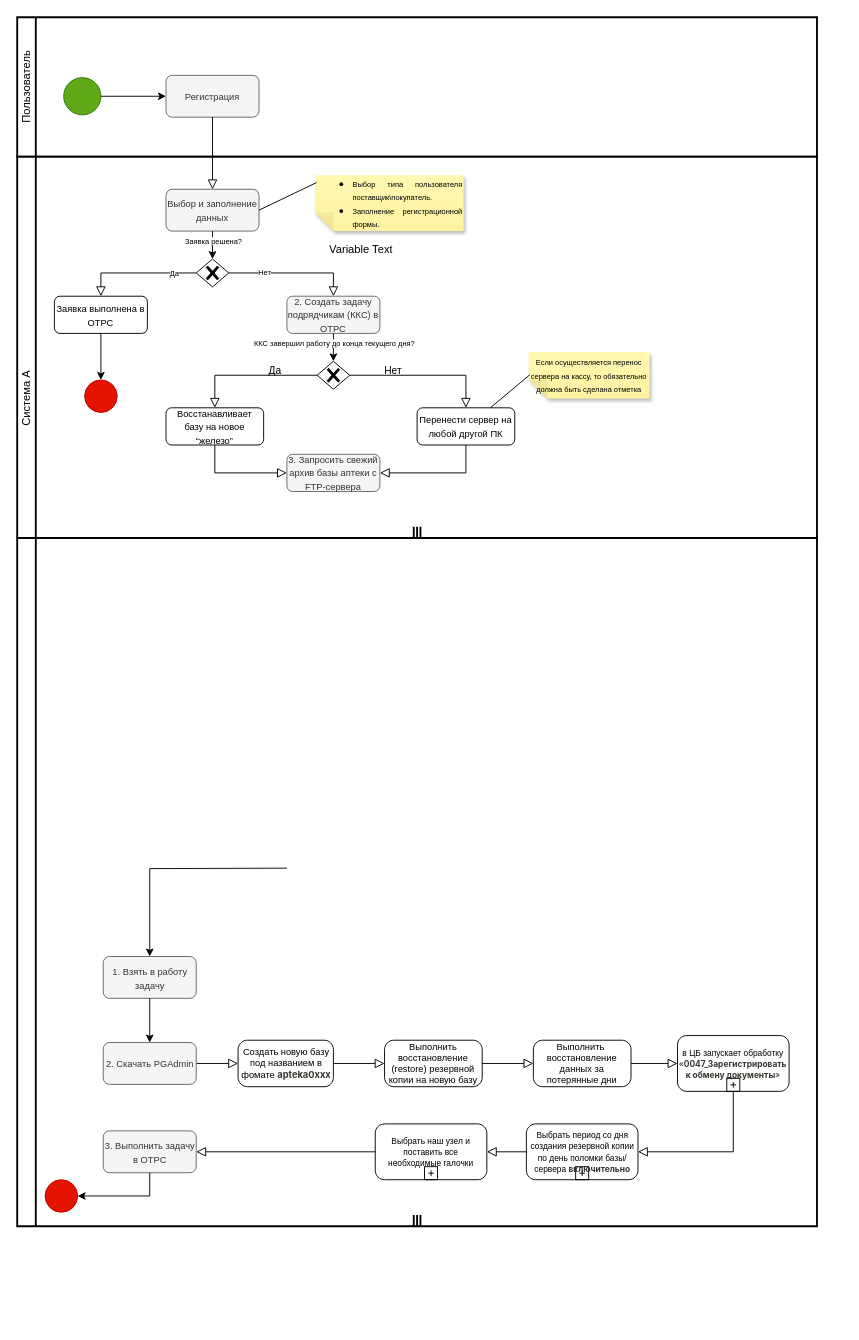
Above: Sign Up.drawio in MissAzhara/hello-world (draw.io), before the change. Source tidied: cells renumbered, new cells numbered last; positions are measured from the earlier drawing's top-left corner, leaving out a move shared by most shapes. Both pictures are drawn from the tidied source at 93%, with x=0, y=0 at pixel (-11, 17).
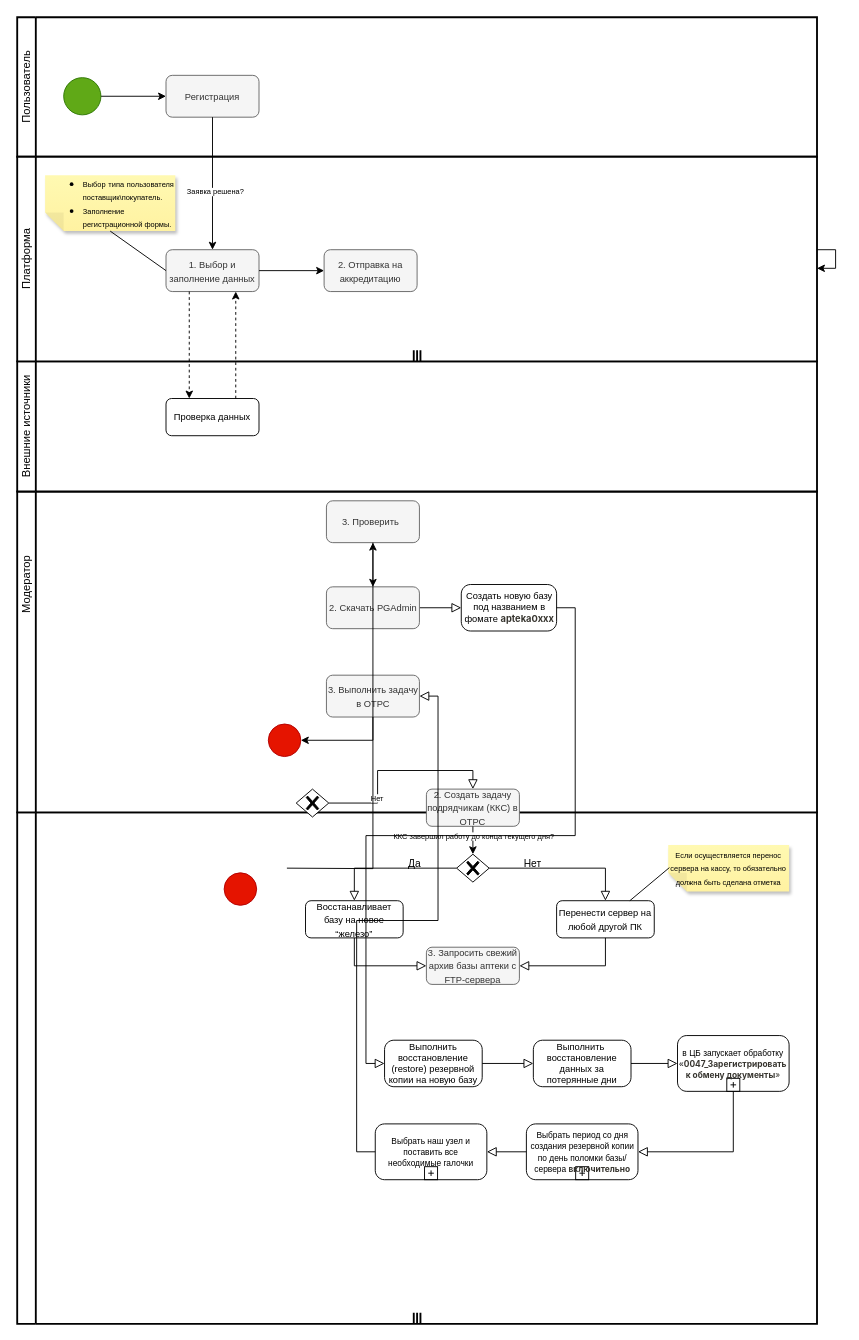
After the change.

The change refers to these unchanged cells:
```xml
<mxCell id="5" value="&lt;font style=&quot;font-size: 10px;&quot;&gt;Регистрация&lt;/font&gt;" style="rounded=1;whiteSpace=wrap;html=1;fontSize=12;glass=0;strokeWidth=1;shadow=0;fillColor=#f5f5f5;fontColor=#333333;strokeColor=#666666;" parent="2" vertex="1">
  <mxGeometry x="160" y="62.5" width="100" height="45" as="geometry" />
</mxCell>
```

What changed in the source:
```diff
@@
+    <mxCell id="8" style="shape=mxgraph.bpmn.swimlane;html=1;startSize=20;horizontal=0;swimlaneLine=1;fontStyle=0;swimlaneFillColor=#ffffff;strokeWidth=2;isCollection=1;whiteSpace=wrap;" parent="1" vertex="1">
+      <mxGeometry x="30" y="855" width="860" height="550" as="geometry" />
+    </mxCell>
+    <mxCell id="58" style="swimlane;html=1;startSize=20;fontStyle=0;horizontal=0;swimlaneLine=1;swimlaneFillColor=#ffffff;strokeWidth=2;whiteSpace=wrap;" parent="1" vertex="1">
+      <mxGeometry x="30" y="510" width="860" height="345" as="geometry" />
+    </mxCell>
+    <mxCell id="59" value="Модератор" style="text;html=1;strokeColor=none;fillColor=none;align=center;verticalAlign=middle;whiteSpace=wrap;overflow=hidden;rotation=-90;" parent="58" vertex="1">
+      <mxGeometry x="-30" y="90" width="80" height="20" as="geometry" />
+    </mxCell>
+    <mxCell id="37" value="&lt;span style=&quot;font-size: 10px;&quot;&gt;3. Проверить&amp;nbsp;&amp;nbsp;&lt;/span&gt;" style="rounded=1;whiteSpace=wrap;html=1;fontSize=12;glass=0;strokeWidth=1;shadow=0;fillColor=#f5f5f5;fontColor=#333333;strokeColor=#666666;" parent="58" vertex="1">
+      <mxGeometry x="332.5" y="10" width="100" height="45" as="geometry" />
+    </mxCell>
+    <mxCell id="38" value="&lt;font style=&quot;font-size: 10px;&quot;&gt;Создать новую базу под названием в фомате &lt;strong style=&quot;box-sizing: border-box; -webkit-print-color-adjust: exact; color: rgb(55, 53, 47); font-family: ui-sans-serif, -apple-system, BlinkMacSystemFont, &amp;quot;Segoe UI&amp;quot;, Helvetica, &amp;quot;Apple Color Emoji&amp;quot;, Arial, sans-serif, &amp;quot;Segoe UI Emoji&amp;quot;, &amp;quot;Segoe UI Symbol&amp;quot;; text-align: left;&quot;&gt;apteka0xxx&lt;/strong&gt;&lt;/font&gt;" style="points=[[0.25,0,0],[0.5,0,0],[0.75,0,0],[1,0.25,0],[1,0.5,0],[1,0.75,0],[0.75,1,0],[0.5,1,0],[0.25,1,0],[0,0.75,0],[0,0.5,0],[0,0.25,0]];shape=mxgraph.bpmn.task;whiteSpace=wrap;rectStyle=rounded;size=10;html=1;taskMarker=abstract;fontSize=10;" parent="58" vertex="1">
+      <mxGeometry x="477.5" y="100" width="102.5" height="50" as="geometry" />
+    </mxCell>
+    <mxCell id="39" style="edgeStyle=orthogonalEdgeStyle;rounded=0;jettySize=auto;html=1;fontSize=10;entryX=0.5;entryY=0;entryDx=0;entryDy=0;exitX=0.5;exitY=1;exitDx=0;exitDy=0;" parent="58" edge="1" source="37" target="53">
+      <mxGeometry relative="1" as="geometry" />
+    </mxCell>
+    <mxCell id="40" style="edgeStyle=orthogonalEdgeStyle;rounded=0;html=1;jettySize=auto;fontSize=11;endArrow=block;endFill=0;endSize=8;strokeWidth=1;shadow=0;labelBackgroundColor=none;entryX=0;entryY=0.5;entryDx=0;entryDy=0;exitX=1;exitY=0.5;exitDx=0;exitDy=0;entryPerimeter=0;" parent="58" edge="1" source="53" target="38">
+      <mxGeometry x="-0.3" y="-10" relative="1" as="geometry" />
+    </mxCell>
+    <mxCell id="51" value="&lt;font style=&quot;font-size: 10px;&quot;&gt;3. Выполнить&amp;nbsp;задачу в ОТРС&lt;/font&gt;" style="rounded=1;whiteSpace=wrap;html=1;fontSize=12;glass=0;strokeWidth=1;shadow=0;fillColor=#f5f5f5;fontColor=#333333;strokeColor=#666666;" parent="58" vertex="1">
+      <mxGeometry x="332.5" y="197.5" width="100" height="45" as="geometry" />
+    </mxCell>
+    <mxCell id="53" value="&lt;font style=&quot;font-size: 10px;&quot;&gt;2.&amp;nbsp;Скачать&amp;nbsp;PGAdmin&lt;/font&gt;" style="rounded=1;whiteSpace=wrap;html=1;fontSize=12;glass=0;strokeWidth=1;shadow=0;fillColor=#f5f5f5;fontColor=#333333;strokeColor=#666666;" parent="58" vertex="1">
+      <mxGeometry x="332.5" y="102.5" width="100" height="45" as="geometry" />
+    </mxCell>
+    <mxCell id="54" style="edgeStyle=orthogonalEdgeStyle;rounded=0;jettySize=auto;html=1;entryX=1;entryY=0.5;entryDx=0;entryDy=0;entryPerimeter=0;fontSize=10;exitX=0.5;exitY=1;exitDx=0;exitDy=0;" parent="58" edge="1" source="51" target="55">
+      <mxGeometry relative="1" as="geometry" />
+    </mxCell>
+    <mxCell id="55" style="points=[[0.145,0.145,0],[0.5,0,0],[0.855,0.145,0],[1,0.5,0],[0.855,0.855,0],[0.5,1,0],[0.145,0.855,0],[0,0.5,0]];shape=mxgraph.bpmn.event;html=1;verticalLabelPosition=bottom;labelBackgroundColor=#ffffff;verticalAlign=top;align=center;perimeter=ellipsePerimeter;outlineConnect=0;outline=standard;symbol=general;fillColor=#e51400;fontColor=#ffffff;strokeColor=#B20000;" parent="58" vertex="1">
+      <mxGeometry x="270" y="250" width="35" height="35" as="geometry" />
+    </mxCell>
+    <mxCell id="60" style="swimlane;html=1;startSize=20;fontStyle=0;horizontal=0;swimlaneLine=1;swimlaneFillColor=#ffffff;strokeWidth=2;whiteSpace=wrap;" parent="1" vertex="1">
+      <mxGeometry x="30" y="370" width="860" height="140" as="geometry" />
+    </mxCell>
+    <mxCell id="16" value="&lt;font style=&quot;font-size: 10px;&quot;&gt;Проверка данных&lt;/font&gt;" style="rounded=1;whiteSpace=wrap;html=1;fontSize=12;glass=0;strokeWidth=1;shadow=0;" parent="60" vertex="1">
+      <mxGeometry x="160" y="40" width="100" height="40" as="geometry" />
+    </mxCell>
+    <mxCell id="61" value="Внешние источники" style="text;html=1;strokeColor=none;fillColor=none;align=center;verticalAlign=middle;whiteSpace=wrap;overflow=hidden;rotation=-90;" parent="60" vertex="1">
+      <mxGeometry x="-55" y="60" width="130" height="20" as="geometry" />
+    </mxCell>
@@
     <mxCell id="7" style="shape=mxgraph.bpmn.swimlane;html=1;startSize=20;horizontal=0;swimlaneLine=1;fontStyle=0;swimlaneFillColor=#ffffff;strokeWidth=2;isCollection=1;whiteSpace=wrap;" parent="1" vertex="1">
-      <mxGeometry x="30" y="150" width="860" height="410" as="geometry" />
+      <mxGeometry x="30" y="150" width="860" height="220" as="geometry" />
     </mxCell>
-    <mxCell id="8" style="shape=mxgraph.bpmn.swimlane;html=1;startSize=20;horizontal=0;swimlaneLine=1;fontStyle=0;swimlaneFillColor=#ffffff;strokeWidth=2;isCollection=1;whiteSpace=wrap;" parent="1" vertex="1">
-      <mxGeometry x="30" y="560" width="860" height="740" as="geometry" />
-    </mxCell>
-    <mxCell id="9" value="&lt;span style=&quot;font-size: 10px;&quot;&gt;Выбор и заполнение данных&lt;/span&gt;" style="rounded=1;whiteSpace=wrap;html=1;fontSize=12;glass=0;strokeWidth=1;shadow=0;fillColor=#f5f5f5;fontColor=#333333;strokeColor=#666666;" parent="1" vertex="1">
-      <mxGeometry x="190" y="185" width="100" height="45" as="geometry" />
+    <mxCell id="9" value="&lt;span style=&quot;font-size: 10px;&quot;&gt;1. Выбор и заполнение данных&lt;/span&gt;" style="rounded=1;whiteSpace=wrap;html=1;fontSize=12;glass=0;strokeWidth=1;shadow=0;fillColor=#f5f5f5;fontColor=#333333;strokeColor=#666666;" parent="1" vertex="1">
+      <mxGeometry x="190" y="250" width="100" height="45" as="geometry" />
     </mxCell>
@@
     <mxCell id="12" value="&lt;font style=&quot;font-size: 10px;&quot;&gt;Восстанавливает базу на новое “железо”&lt;/font&gt;" style="rounded=1;whiteSpace=wrap;html=1;fontSize=12;glass=0;strokeWidth=1;shadow=0;" parent="1" vertex="1">
-      <mxGeometry x="190" y="420" width="105" height="40" as="geometry" />
+      <mxGeometry x="340" y="950" width="105" height="40" as="geometry" />
     </mxCell>
@@
-    <mxCell id="14" style="rounded=0;html=1;jettySize=auto;fontSize=11;endArrow=block;endFill=0;endSize=8;strokeWidth=1;shadow=0;labelBackgroundColor=none;edgeStyle=orthogonalEdgeStyle;startArrow=none;exitX=0.5;exitY=1;exitDx=0;exitDy=0;entryX=0.5;entryY=0;entryDx=0;entryDy=0;" parent="1" edge="1" source="5" target="9">
-      <mxGeometry x="-0.5" y="10" relative="1" as="geometry" />
-    </mxCell>
-    <mxCell id="15" style="edgeStyle=orthogonalEdgeStyle;rounded=0;jettySize=auto;html=1;entryX=0.5;entryY=0;entryDx=0;entryDy=0;entryPerimeter=0;fontSize=10;" parent="1" edge="1" source="16" target="23">
-      <mxGeometry relative="1" as="geometry" />
-    </mxCell>
-    <mxCell id="16" value="&lt;font style=&quot;font-size: 10px;&quot;&gt;Заявка выполнена в ОТРС&lt;/font&gt;" style="rounded=1;whiteSpace=wrap;html=1;fontSize=12;glass=0;strokeWidth=1;shadow=0;" parent="1" vertex="1">
-      <mxGeometry x="70" y="300" width="100" height="40" as="geometry" />
-    </mxCell>
     <mxCell id="17" value="&lt;font style=&quot;font-size: 10px;&quot;&gt;2. Создать задачу подрядчикам (ККС) в ОТРС&lt;/font&gt;" style="rounded=1;whiteSpace=wrap;html=1;fontSize=12;glass=0;strokeWidth=1;shadow=0;fillColor=#f5f5f5;fontColor=#333333;strokeColor=#666666;" parent="1" vertex="1">
-      <mxGeometry x="320" y="300" width="100" height="40" as="geometry" />
+      <mxGeometry x="470" y="830" width="100" height="40" as="geometry" />
     </mxCell>
-    <mxCell id="18" style="rounded=0;html=1;jettySize=auto;fontSize=11;endArrow=block;endFill=0;endSize=8;strokeWidth=1;shadow=0;labelBackgroundColor=none;edgeStyle=orthogonalEdgeStyle;startArrow=none;entryX=0.5;entryY=0;entryDx=0;entryDy=0;exitX=0;exitY=0.5;exitDx=0;exitDy=0;exitPerimeter=0;" parent="1" edge="1" source="20" target="16">
-      <mxGeometry x="-0.5" y="10" relative="1" as="geometry" />
-    </mxCell>
-    <mxCell id="19" value="Да" style="edgeLabel;html=1;align=center;verticalAlign=middle;fontSize=8;" parent="18" vertex="1">
-      <mxGeometry x="-0.63" relative="1" as="geometry" />
-    </mxCell>
-    <mxCell id="20" style="points=[[0.25,0.25,0],[0.5,0,0],[0.75,0.25,0],[1,0.5,0],[0.75,0.75,0],[0.5,1,0],[0.25,0.75,0],[0,0.5,0]];shape=mxgraph.bpmn.gateway2;html=1;verticalLabelPosition=bottom;labelBackgroundColor=#ffffff;verticalAlign=top;align=center;perimeter=rhombusPerimeter;outlineConnect=0;outline=none;symbol=none;gwType=exclusive;" parent="1" vertex="1">
-      <mxGeometry x="222.5" y="260" width="35" height="30" as="geometry" />
-    </mxCell>
     <mxCell id="21" value="&lt;div style=&quot;text-align: justify;&quot;&gt;&lt;ul&gt;&lt;li&gt;&lt;span style=&quot;background-color: initial;&quot;&gt;&lt;font style=&quot;font-size: 8px;&quot;&gt;Выбор типа пользователя поставщик\покупатель.&lt;/font&gt;&lt;/span&gt;&lt;/li&gt;&lt;li&gt;&lt;span style=&quot;background-color: initial;&quot;&gt;&lt;font style=&quot;font-size: 8px;&quot;&gt;Заполнение регистрационной формы.&lt;/font&gt;&lt;/span&gt;&lt;/li&gt;&lt;/ul&gt;&lt;/div&gt;" style="shape=note;whiteSpace=wrap;html=1;backgroundOutline=1;fontColor=#000000;darkOpacity=0.05;fillColor=#FFF9B2;strokeColor=none;fillStyle=solid;direction=west;gradientDirection=north;gradientColor=#FFF2A1;shadow=1;size=20;" parent="1" vertex="1">
-      <mxGeometry x="350" y="170" width="160" height="60" as="geometry" />
+      <mxGeometry x="60" y="170" width="140" height="60" as="geometry" />
     </mxCell>
-    <mxCell id="22" style="endArrow=none;html=1;rounded=0;fontSize=8;entryX=0.988;entryY=0.87;entryDx=0;entryDy=0;entryPerimeter=0;exitX=1;exitY=0.5;exitDx=0;exitDy=0;" parent="1" edge="1" source="9" target="21">
+    <mxCell id="22" style="endArrow=none;html=1;rounded=0;fontSize=8;entryX=0;entryY=0;entryDx=70;entryDy=0;entryPerimeter=0;exitX=0;exitY=0.5;exitDx=0;exitDy=0;" parent="1" edge="1" source="9" target="21">
       <mxGeometry relative="1" as="geometry" />
     </mxCell>
     <mxCell id="23" style="points=[[0.145,0.145,0],[0.5,0,0],[0.855,0.145,0],[1,0.5,0],[0.855,0.855,0],[0.5,1,0],[0.145,0.855,0],[0,0.5,0]];shape=mxgraph.bpmn.event;html=1;verticalLabelPosition=bottom;labelBackgroundColor=#ffffff;verticalAlign=top;align=center;perimeter=ellipsePerimeter;outlineConnect=0;outline=standard;symbol=general;fillColor=#e51400;fontColor=#ffffff;strokeColor=#B20000;" parent="1" vertex="1">
-      <mxGeometry x="102.5" y="390" width="35" height="35" as="geometry" />
+      <mxGeometry x="252.5" y="920" width="35" height="35" as="geometry" />
     </mxCell>
-    <mxCell id="24" style="edgeStyle=orthogonalEdgeStyle;rounded=0;jettySize=auto;html=1;fontSize=8;exitX=0.5;exitY=1;exitDx=0;exitDy=0;" parent="1" edge="1" source="9" target="20">
-      <mxGeometry relative="1" as="geometry" />
-    </mxCell>
-    <mxCell id="25" value="Заявка решена?" style="edgeLabel;html=1;align=center;verticalAlign=middle;fontSize=8;" parent="24" vertex="1">
-      <mxGeometry x="0.14" y="1" relative="1" as="geometry">
-        <mxPoint x="1" y="-1" as="offset" />
-      </mxGeometry>
-    </mxCell>
     <mxCell id="26" style="points=[[0.25,0.25,0],[0.5,0,0],[0.75,0.25,0],[1,0.5,0],[0.75,0.75,0],[0.5,1,0],[0.25,0.75,0],[0,0.5,0]];shape=mxgraph.bpmn.gateway2;html=1;verticalLabelPosition=bottom;labelBackgroundColor=#ffffff;verticalAlign=top;align=center;perimeter=rhombusPerimeter;outlineConnect=0;outline=none;symbol=none;gwType=exclusive;" parent="1" vertex="1">
-      <mxGeometry x="352.5" y="370" width="35" height="30" as="geometry" />
+      <mxGeometry x="502.5" y="900" width="35" height="30" as="geometry" />
     </mxCell>
@@
     <mxCell id="29" value="&lt;font style=&quot;font-size: 10px;&quot;&gt;Перенести сервер на любой другой ПК&lt;/font&gt;" style="rounded=1;whiteSpace=wrap;html=1;fontSize=12;glass=0;strokeWidth=1;shadow=0;" parent="1" vertex="1">
-      <mxGeometry x="460" y="420" width="105" height="40" as="geometry" />
+      <mxGeometry x="610" y="950" width="105" height="40" as="geometry" />
     </mxCell>
@@
     <mxCell id="31" value="&lt;font style=&quot;font-size: 8px;&quot;&gt;Если осуществляется перенос сервера на кассу, то обязательно должна быть сделана отметка&lt;/font&gt;&lt;div style=&quot;text-align: justify;&quot;&gt;&lt;/div&gt;" style="shape=note;whiteSpace=wrap;html=1;backgroundOutline=1;fontColor=#000000;darkOpacity=0.05;fillColor=#FFF9B2;strokeColor=none;fillStyle=solid;direction=west;gradientDirection=north;gradientColor=#FFF2A1;shadow=1;size=20;" parent="1" vertex="1">
-      <mxGeometry x="580" y="360" width="130" height="50" as="geometry" />
+      <mxGeometry x="730" y="890" width="130" height="50" as="geometry" />
     </mxCell>
@@
     <mxCell id="33" value="&lt;font style=&quot;font-size: 10px;&quot;&gt;&lt;font style=&quot;&quot;&gt;3. Запросить&amp;nbsp;&lt;/font&gt;свежий архив базы аптеки с FTP-сервера&lt;/font&gt;" style="rounded=1;whiteSpace=wrap;html=1;fontSize=12;glass=0;strokeWidth=1;shadow=0;fillColor=#f5f5f5;fontColor=#333333;strokeColor=#666666;" parent="1" vertex="1">
-      <mxGeometry x="320" y="470" width="100" height="40" as="geometry" />
+      <mxGeometry x="470" y="1000" width="100" height="40" as="geometry" />
     </mxCell>
@@
-    <mxCell id="37" value="&lt;span style=&quot;font-size: 10px;&quot;&gt;1. Взять в работу задачу&lt;/span&gt;" style="rounded=1;whiteSpace=wrap;html=1;fontSize=12;glass=0;strokeWidth=1;shadow=0;fillColor=#f5f5f5;fontColor=#333333;strokeColor=#666666;" parent="1" vertex="1">
-      <mxGeometry x="122.5" y="1010" width="100" height="45" as="geometry" />
-    </mxCell>
-    <mxCell id="38" value="&lt;font style=&quot;font-size: 10px;&quot;&gt;Создать новую базу под названием в фомате &lt;strong style=&quot;box-sizing: border-box; -webkit-print-color-adjust: exact; color: rgb(55, 53, 47); font-family: ui-sans-serif, -apple-system, BlinkMacSystemFont, &amp;quot;Segoe UI&amp;quot;, Helvetica, &amp;quot;Apple Color Emoji&amp;quot;, Arial, sans-serif, &amp;quot;Segoe UI Emoji&amp;quot;, &amp;quot;Segoe UI Symbol&amp;quot;; text-align: left;&quot;&gt;apteka0xxx&lt;/strong&gt;&lt;/font&gt;" style="points=[[0.25,0,0],[0.5,0,0],[0.75,0,0],[1,0.25,0],[1,0.5,0],[1,0.75,0],[0.75,1,0],[0.5,1,0],[0.25,1,0],[0,0.75,0],[0,0.5,0],[0,0.25,0]];shape=mxgraph.bpmn.task;whiteSpace=wrap;rectStyle=rounded;size=10;html=1;taskMarker=abstract;fontSize=10;" parent="1" vertex="1">
-      <mxGeometry x="267.5" y="1100" width="102.5" height="50" as="geometry" />
-    </mxCell>
-    <mxCell id="39" style="edgeStyle=orthogonalEdgeStyle;rounded=0;jettySize=auto;html=1;fontSize=10;entryX=0.5;entryY=0;entryDx=0;entryDy=0;exitX=0.5;exitY=1;exitDx=0;exitDy=0;" parent="1" edge="1" source="37" target="53">
-      <mxGeometry relative="1" as="geometry" />
-    </mxCell>
-    <mxCell id="40" style="edgeStyle=orthogonalEdgeStyle;rounded=0;html=1;jettySize=auto;fontSize=11;endArrow=block;endFill=0;endSize=8;strokeWidth=1;shadow=0;labelBackgroundColor=none;entryX=0;entryY=0.5;entryDx=0;entryDy=0;exitX=1;exitY=0.5;exitDx=0;exitDy=0;entryPerimeter=0;" parent="1" edge="1" source="53" target="38">
-      <mxGeometry x="-0.3" y="-10" relative="1" as="geometry" />
-    </mxCell>
@@
-    <mxCell id="51" value="&lt;font style=&quot;font-size: 10px;&quot;&gt;3. Выполнить&amp;nbsp;задачу в ОТРС&lt;/font&gt;" style="rounded=1;whiteSpace=wrap;html=1;fontSize=12;glass=0;strokeWidth=1;shadow=0;fillColor=#f5f5f5;fontColor=#333333;strokeColor=#666666;" parent="1" vertex="1">
-      <mxGeometry x="122.5" y="1197.5" width="100" height="45" as="geometry" />
-    </mxCell>
@@
-    <mxCell id="53" value="&lt;font style=&quot;font-size: 10px;&quot;&gt;2.&amp;nbsp;Скачать&amp;nbsp;PGAdmin&lt;/font&gt;" style="rounded=1;whiteSpace=wrap;html=1;fontSize=12;glass=0;strokeWidth=1;shadow=0;fillColor=#f5f5f5;fontColor=#333333;strokeColor=#666666;" parent="1" vertex="1">
-      <mxGeometry x="122.5" y="1102.5" width="100" height="45" as="geometry" />
-    </mxCell>
-    <mxCell id="54" style="edgeStyle=orthogonalEdgeStyle;rounded=0;jettySize=auto;html=1;entryX=1;entryY=0.5;entryDx=0;entryDy=0;entryPerimeter=0;fontSize=10;exitX=0.5;exitY=1;exitDx=0;exitDy=0;" parent="1" edge="1" source="51" target="55">
-      <mxGeometry relative="1" as="geometry" />
-    </mxCell>
-    <mxCell id="55" style="points=[[0.145,0.145,0],[0.5,0,0],[0.855,0.145,0],[1,0.5,0],[0.855,0.855,0],[0.5,1,0],[0.145,0.855,0],[0,0.5,0]];shape=mxgraph.bpmn.event;html=1;verticalLabelPosition=bottom;labelBackgroundColor=#ffffff;verticalAlign=top;align=center;perimeter=ellipsePerimeter;outlineConnect=0;outline=standard;symbol=general;fillColor=#e51400;fontColor=#ffffff;strokeColor=#B20000;" parent="1" vertex="1">
-      <mxGeometry x="60" y="1250" width="35" height="35" as="geometry" />
-    </mxCell>
-    <object id="56" label="%name% Text" name="Variable" placeholders="1">
-      <mxCell style="text;html=1;strokeColor=none;fillColor=none;align=center;verticalAlign=middle;whiteSpace=wrap;overflow=hidden;" parent="1" vertex="1">
-        <mxGeometry x="360" y="240" width="80" height="20" as="geometry" />
-      </mxCell>
-    </object>
-    <mxCell id="57" value="Система А" style="text;html=1;strokeColor=none;fillColor=none;align=center;verticalAlign=middle;whiteSpace=wrap;overflow=hidden;rotation=-90;" parent="1" vertex="1">
-      <mxGeometry y="400" width="80" height="20" as="geometry" />
+    <mxCell id="57" value="Платформа" style="text;html=1;strokeColor=none;fillColor=none;align=center;verticalAlign=middle;whiteSpace=wrap;overflow=hidden;rotation=-90;" parent="1" vertex="1">
+      <mxGeometry y="250" width="80" height="20" as="geometry" />
     </mxCell>
+    <mxCell id="62" value="&lt;font style=&quot;font-size: 10px;&quot;&gt;2. Отправка на аккредитацию&lt;/font&gt;" style="rounded=1;whiteSpace=wrap;html=1;fontSize=12;glass=0;strokeWidth=1;shadow=0;fillColor=#f5f5f5;fontColor=#333333;strokeColor=#666666;" parent="1" vertex="1">
+      <mxGeometry x="360" y="250" width="100" height="45" as="geometry" />
+    </mxCell>
+    <mxCell id="24" style="edgeStyle=orthogonalEdgeStyle;rounded=0;jettySize=auto;html=1;fontSize=8;exitX=0.25;exitY=1;exitDx=0;exitDy=0;entryX=0.25;entryY=0;entryDx=0;entryDy=0;dashed=1;" parent="1" edge="1" source="9" target="16">
+      <mxGeometry relative="1" as="geometry">
+        <Array as="points">
+          <mxPoint x="215" y="370" />
+          <mxPoint x="215" y="370" />
+        </Array>
+      </mxGeometry>
+    </mxCell>
+    <mxCell id="14" style="edgeStyle=orthogonalEdgeStyle;rounded=0;jettySize=auto;html=1;fontSize=8;exitX=0.5;exitY=1;exitDx=0;exitDy=0;entryX=0.5;entryY=0;entryDx=0;entryDy=0;" parent="1" edge="1" source="5" target="9">
+      <mxGeometry relative="1" as="geometry" />
+    </mxCell>
+    <mxCell id="25" value="Заявка решена?" style="edgeLabel;html=1;align=center;verticalAlign=middle;fontSize=8;" parent="14" vertex="1">
+      <mxGeometry x="0.14" y="1" relative="1" as="geometry">
+        <mxPoint x="1" y="-1" as="offset" />
+      </mxGeometry>
+    </mxCell>
+    <mxCell id="63" style="edgeStyle=orthogonalEdgeStyle;rounded=0;jettySize=auto;html=1;fontSize=8;exitX=1;exitY=0.5;exitDx=0;exitDy=0;entryX=0;entryY=0.5;entryDx=0;entryDy=0;" parent="1" edge="1" source="9" target="62">
+      <mxGeometry relative="1" as="geometry" />
+    </mxCell>
+    <mxCell id="64" style="edgeStyle=orthogonalEdgeStyle;rounded=0;jettySize=auto;html=1;fontSize=8;exitX=0.75;exitY=0;exitDx=0;exitDy=0;entryX=0.75;entryY=1;entryDx=0;entryDy=0;dashed=1;" parent="1" edge="1" source="16" target="9">
+      <mxGeometry relative="1" as="geometry" />
+    </mxCell>
+    <mxCell id="65" style="edgeStyle=orthogonalEdgeStyle;rounded=0;orthogonalLoop=1;jettySize=auto;html=1;" parent="1" edge="1" source="7" target="7">
+      <mxGeometry relative="1" as="geometry" />
+    </mxCell>
+    <mxCell id="20" style="points=[[0.25,0.25,0],[0.5,0,0],[0.75,0.25,0],[1,0.5,0],[0.75,0.75,0],[0.5,1,0],[0.25,0.75,0],[0,0.5,0]];shape=mxgraph.bpmn.gateway2;html=1;verticalLabelPosition=bottom;labelBackgroundColor=#ffffff;verticalAlign=top;align=center;perimeter=rhombusPerimeter;outlineConnect=0;outline=none;symbol=none;gwType=exclusive;" parent="1" vertex="1">
+      <mxGeometry x="330" y="830" width="35" height="30" as="geometry" />
+    </mxCell>
```
